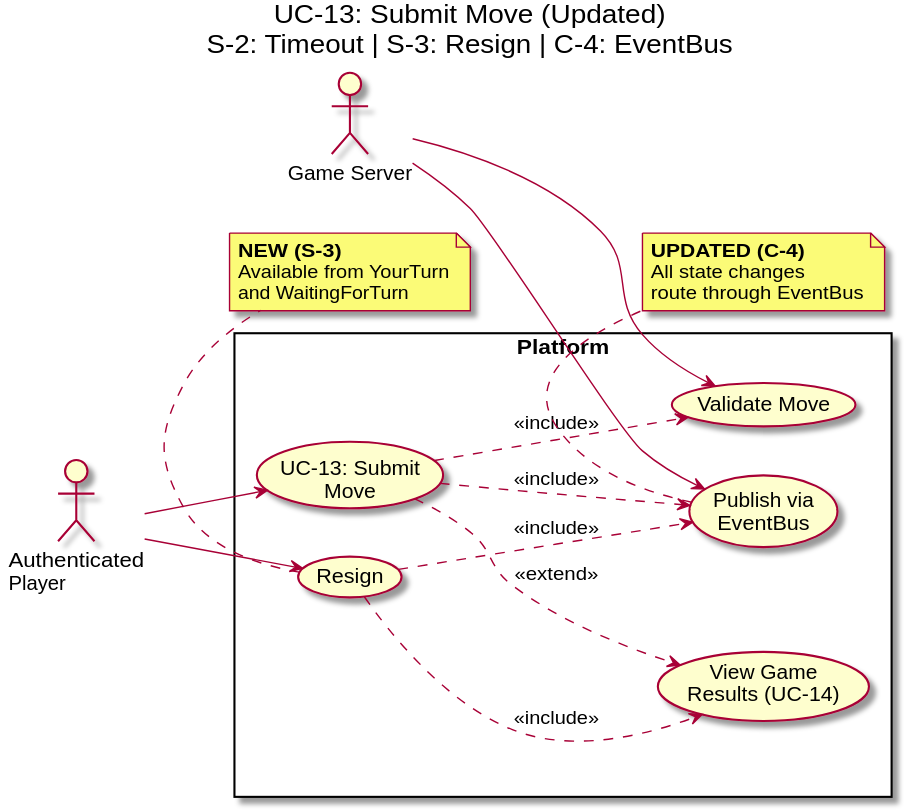
The PlantUML diagram docs/03 useCases/UC-13 Submit Move.svg in manavpreet1809/Multiplayer-Gaming-Platform, before a commit. Source of this version:
```plantuml
@startuml
title UC-13: Submit Move (Updated)\nS-2: Timeout | S-3: Resign | C-4: EventBus
skinparam backgroundColor white

left to right direction
skinparam packageStyle rectangle

actor "Authenticated\nPlayer" as Player
actor "Game Server" as Server

rectangle "Platform" {
  usecase "UC-13: Submit\nMove" as UC13
  usecase "Validate Move" as VM
  usecase "Publish via\nEventBus" as PEB
  usecase "View Game\nResults (UC-14)" as UC14
  usecase "Resign" as RES
}

Player --> UC13
Player --> RES
Server --> VM
Server --> PEB

UC13 ..> VM : <<include>>
UC13 ..> PEB : <<include>>
UC13 ..> UC14 : <<extend>>
RES ..> UC14 : <<include>>
RES ..> PEB : <<include>>

note bottom of RES
  **NEW (S-3)**
  Available from YourTurn
  and WaitingForTurn
end note

note bottom of PEB
  **UPDATED (C-4)**
  All state changes
  route through EventBus
end note

@enduml
```
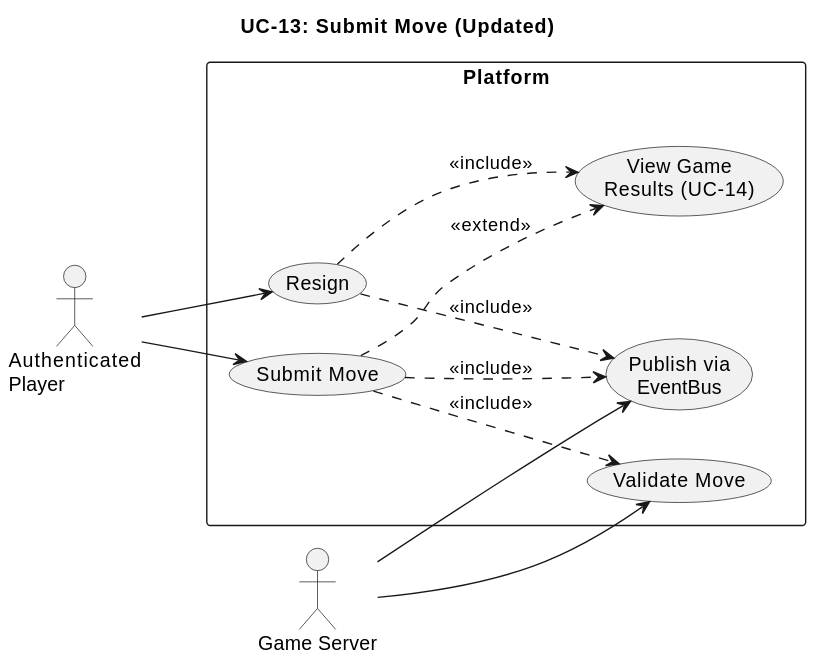
The same file after the commit.

Diff of the diagram source:
```diff
@@ -1,6 +1,5 @@
 @startuml
-title UC-13: Submit Move (Updated)\nS-2: Timeout | S-3: Resign | C-4: EventBus
-skinparam backgroundColor white
+title UC-13: Submit Move (Updated)
 
 left to right direction
 skinparam packageStyle rectangle
@@ -9,7 +8,7 @@
 actor "Game Server" as Server
 
 rectangle "Platform" {
-  usecase "UC-13: Submit\nMove" as UC13
+  usecase "Submit Move" as UC13
   usecase "Validate Move" as VM
   usecase "Publish via\nEventBus" as PEB
   usecase "View Game\nResults (UC-14)" as UC14
@@ -26,17 +25,4 @@
 UC13 ..> UC14 : <<extend>>
 RES ..> UC14 : <<include>>
 RES ..> PEB : <<include>>
-
-note bottom of RES
-  **NEW (S-3)**
-  Available from YourTurn
-  and WaitingForTurn
-end note
-
-note bottom of PEB
-  **UPDATED (C-4)**
-  All state changes
-  route through EventBus
-end note
-
 @enduml
```
